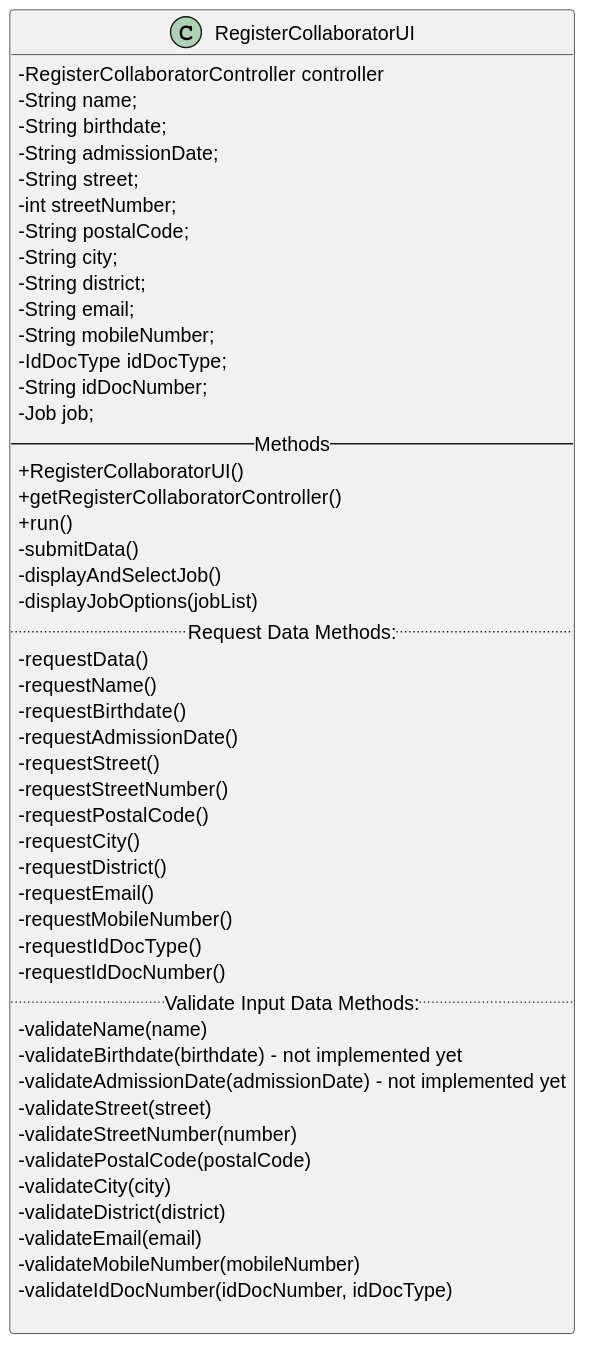
This is docs/sprintB/us003/03.design/svg/us003-class-diagram-register-collaborator-ui.svg from Rui-San/LAPR2_2023_2024, a PlantUML export, as it was before one commit.
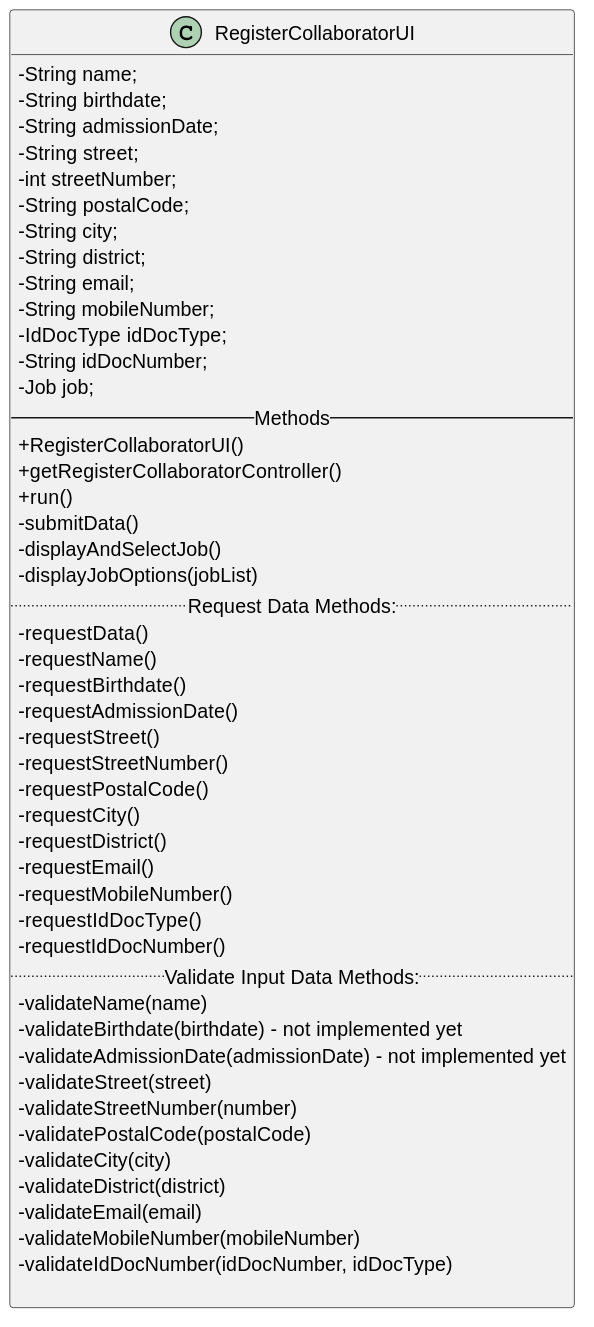
The same file after the commit.

Diff of the diagram source:
```diff
@@ -6,7 +6,6 @@
 skinparam classAttributeIconSize 0
 
 class RegisterCollaboratorUI {
-    - RegisterCollaboratorController controller
     - String name;
     - String birthdate;
     - String admissionDate;
```
